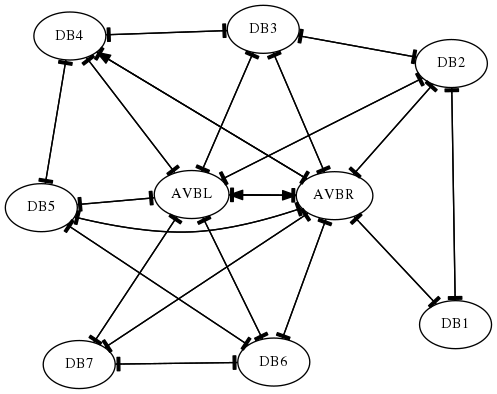
Before: c302_C2_AVB_DB.png, a diagram exported from Graphviz (lungd/nml_to_graph). Its source is kept beside it as c302_C2_AVB_DB.gv. The source it was exported from:
```dot
digraph exp {
node [fontsize=11]; AVBL; AVBR; DB1; DB2; DB3; DB4; DB5; DB6; DB7;
AVBL -> AVBR [minlen=2 arrowhead="tee"];
AVBL -> DB2 [minlen=2 arrowhead="tee"];
AVBL -> DB3 [minlen=2 arrowhead="tee"];
AVBL -> DB4 [minlen=2 arrowhead="tee"];
AVBL -> DB5 [minlen=2 arrowhead="tee"];
AVBL -> DB6 [minlen=2 arrowhead="tee"];
AVBL -> DB7 [minlen=2 arrowhead="tee"];
AVBR -> AVBL [minlen=2 arrowhead="tee"];
AVBR -> DB1 [minlen=2 arrowhead="tee"];
AVBR -> DB2 [minlen=2 arrowhead="tee"];
AVBR -> DB3 [minlen=2 arrowhead="tee"];
AVBR -> DB4 [minlen=2 arrowhead="tee"];
AVBR -> DB5 [minlen=2 arrowhead="tee"];
AVBR -> DB6 [minlen=2 arrowhead="tee"];
AVBR -> DB7 [minlen=2 arrowhead="tee"];
DB1 -> AVBR [minlen=2 arrowhead="tee"];
DB1 -> DB2 [minlen=2 arrowhead="tee"];
DB2 -> AVBL [minlen=2 arrowhead="tee"];
DB2 -> AVBR [minlen=2 arrowhead="tee"];
DB2 -> DB1 [minlen=2 arrowhead="tee"];
DB2 -> DB3 [minlen=2 arrowhead="tee"];
DB3 -> AVBL [minlen=2 arrowhead="tee"];
DB3 -> AVBR [minlen=2 arrowhead="tee"];
DB3 -> DB2 [minlen=2 arrowhead="tee"];
DB3 -> DB4 [minlen=2 arrowhead="tee"];
DB4 -> AVBL [minlen=2 arrowhead="tee"];
DB4 -> AVBR [minlen=2 arrowhead="tee"];
DB4 -> DB3 [minlen=2 arrowhead="tee"];
DB4 -> DB5 [minlen=2 arrowhead="tee"];
DB5 -> AVBL [minlen=2 arrowhead="tee"];
DB5 -> AVBR [minlen=2 arrowhead="tee"];
DB5 -> DB4 [minlen=2 arrowhead="tee"];
DB5 -> DB6 [minlen=2 arrowhead="tee"];
DB6 -> AVBL [minlen=2 arrowhead="tee"];
DB6 -> AVBR [minlen=2 arrowhead="tee"];
DB6 -> DB5 [minlen=2 arrowhead="tee"];
DB6 -> DB7 [minlen=2 arrowhead="tee"];
DB7 -> AVBL [minlen=2 arrowhead="tee"];
DB7 -> AVBR [minlen=2 arrowhead="tee"];
DB7 -> DB6 [minlen=2 arrowhead="tee"];
AVBL -> AVBR [minlen=2];
AVBR -> AVBL [minlen=2];
AVBR -> DB4 [minlen=2];
splines=true;sep="+25,25";overlap=false
fontsize=12;
}
```
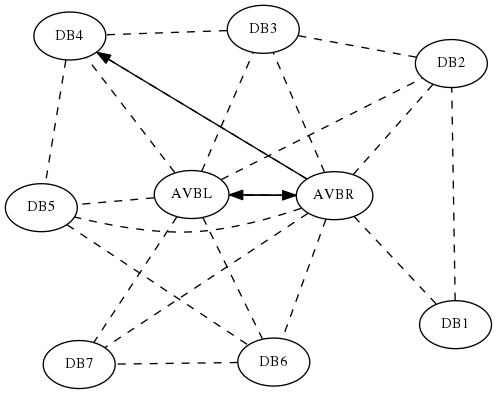
After the change.

Commit message:
Add GJ only once. Change inh to red tee arrors, GJ to dashed lines without arrowhead

Diff of the diagram source:
```diff
@@ -1,45 +1,25 @@
 digraph exp {
 node [fontsize=11]; AVBL; AVBR; DB1; DB2; DB3; DB4; DB5; DB6; DB7;
-AVBL -> AVBR [minlen=2 arrowhead="tee"];
-AVBL -> DB2 [minlen=2 arrowhead="tee"];
-AVBL -> DB3 [minlen=2 arrowhead="tee"];
-AVBL -> DB4 [minlen=2 arrowhead="tee"];
-AVBL -> DB5 [minlen=2 arrowhead="tee"];
-AVBL -> DB6 [minlen=2 arrowhead="tee"];
-AVBL -> DB7 [minlen=2 arrowhead="tee"];
-AVBR -> AVBL [minlen=2 arrowhead="tee"];
-AVBR -> DB1 [minlen=2 arrowhead="tee"];
-AVBR -> DB2 [minlen=2 arrowhead="tee"];
-AVBR -> DB3 [minlen=2 arrowhead="tee"];
-AVBR -> DB4 [minlen=2 arrowhead="tee"];
-AVBR -> DB5 [minlen=2 arrowhead="tee"];
-AVBR -> DB6 [minlen=2 arrowhead="tee"];
-AVBR -> DB7 [minlen=2 arrowhead="tee"];
-DB1 -> AVBR [minlen=2 arrowhead="tee"];
-DB1 -> DB2 [minlen=2 arrowhead="tee"];
-DB2 -> AVBL [minlen=2 arrowhead="tee"];
-DB2 -> AVBR [minlen=2 arrowhead="tee"];
-DB2 -> DB1 [minlen=2 arrowhead="tee"];
-DB2 -> DB3 [minlen=2 arrowhead="tee"];
-DB3 -> AVBL [minlen=2 arrowhead="tee"];
-DB3 -> AVBR [minlen=2 arrowhead="tee"];
-DB3 -> DB2 [minlen=2 arrowhead="tee"];
-DB3 -> DB4 [minlen=2 arrowhead="tee"];
-DB4 -> AVBL [minlen=2 arrowhead="tee"];
-DB4 -> AVBR [minlen=2 arrowhead="tee"];
-DB4 -> DB3 [minlen=2 arrowhead="tee"];
-DB4 -> DB5 [minlen=2 arrowhead="tee"];
-DB5 -> AVBL [minlen=2 arrowhead="tee"];
-DB5 -> AVBR [minlen=2 arrowhead="tee"];
-DB5 -> DB4 [minlen=2 arrowhead="tee"];
-DB5 -> DB6 [minlen=2 arrowhead="tee"];
-DB6 -> AVBL [minlen=2 arrowhead="tee"];
-DB6 -> AVBR [minlen=2 arrowhead="tee"];
-DB6 -> DB5 [minlen=2 arrowhead="tee"];
-DB6 -> DB7 [minlen=2 arrowhead="tee"];
-DB7 -> AVBL [minlen=2 arrowhead="tee"];
-DB7 -> AVBR [minlen=2 arrowhead="tee"];
-DB7 -> DB6 [minlen=2 arrowhead="tee"];
+AVBL -> AVBR [style="dashed" minlen=2 arrowhead="none"];
+AVBL -> DB2 [style="dashed" minlen=2 arrowhead="none"];
+AVBL -> DB3 [style="dashed" minlen=2 arrowhead="none"];
+AVBL -> DB4 [style="dashed" minlen=2 arrowhead="none"];
+AVBL -> DB5 [style="dashed" minlen=2 arrowhead="none"];
+AVBL -> DB6 [style="dashed" minlen=2 arrowhead="none"];
+AVBL -> DB7 [style="dashed" minlen=2 arrowhead="none"];
+AVBR -> DB1 [style="dashed" minlen=2 arrowhead="none"];
+AVBR -> DB2 [style="dashed" minlen=2 arrowhead="none"];
+AVBR -> DB3 [style="dashed" minlen=2 arrowhead="none"];
+AVBR -> DB4 [style="dashed" minlen=2 arrowhead="none"];
+AVBR -> DB5 [style="dashed" minlen=2 arrowhead="none"];
+AVBR -> DB6 [style="dashed" minlen=2 arrowhead="none"];
+AVBR -> DB7 [style="dashed" minlen=2 arrowhead="none"];
+DB1 -> DB2 [style="dashed" minlen=2 arrowhead="none"];
+DB2 -> DB3 [style="dashed" minlen=2 arrowhead="none"];
+DB3 -> DB4 [style="dashed" minlen=2 arrowhead="none"];
+DB4 -> DB5 [style="dashed" minlen=2 arrowhead="none"];
+DB5 -> DB6 [style="dashed" minlen=2 arrowhead="none"];
+DB6 -> DB7 [style="dashed" minlen=2 arrowhead="none"];
 AVBL -> AVBR [minlen=2];
 AVBR -> AVBL [minlen=2];
 AVBR -> DB4 [minlen=2];
```
